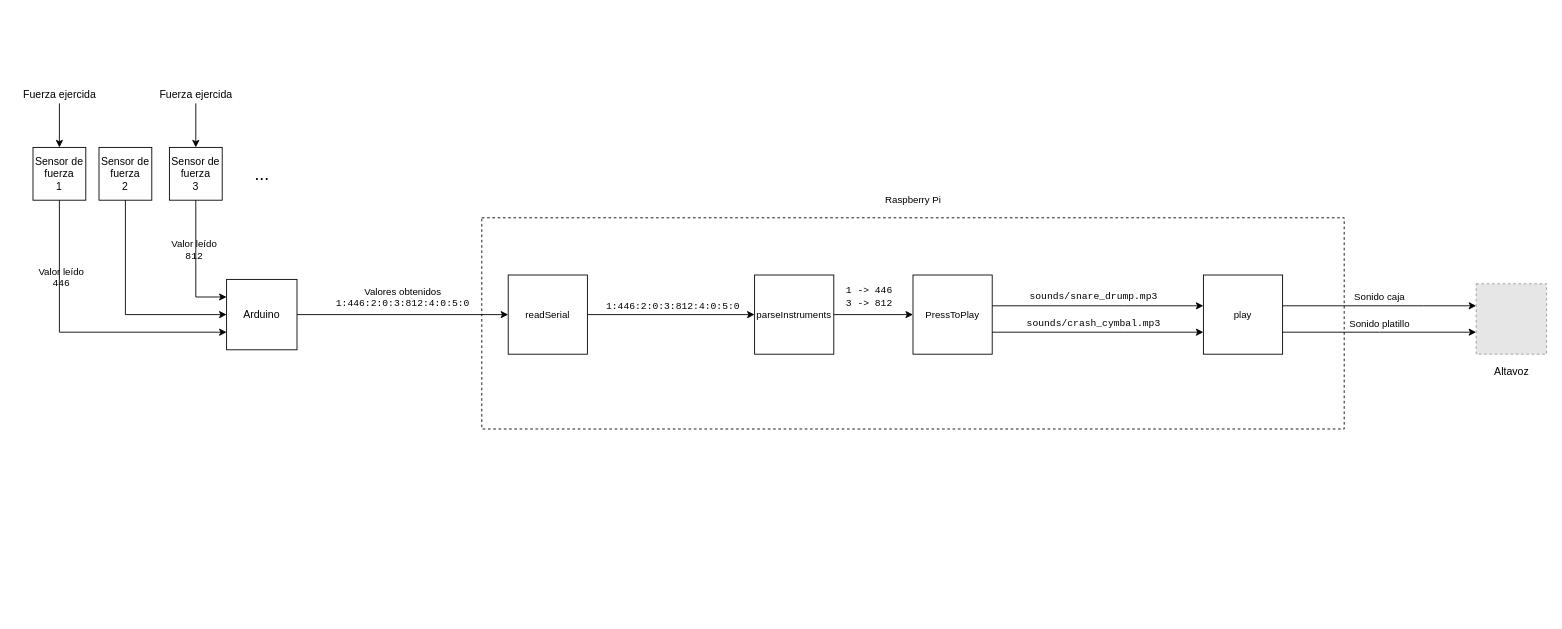
Before: diagrama_flujo.drawio in jesusjimsa/Memoria-Drum-It-Yourself-TFG, a draw.io diagram. Source tidied: cells renumbered, new cells numbered last; positions are measured from the earlier drawing's top-left corner, leaving out a move shared by most shapes. Both pictures are drawn from the tidied source at 88%, with x=0, y=0 at pixel (15, 85). Pictures stored in the file or linked from it are replaced by grey dashed boxes.
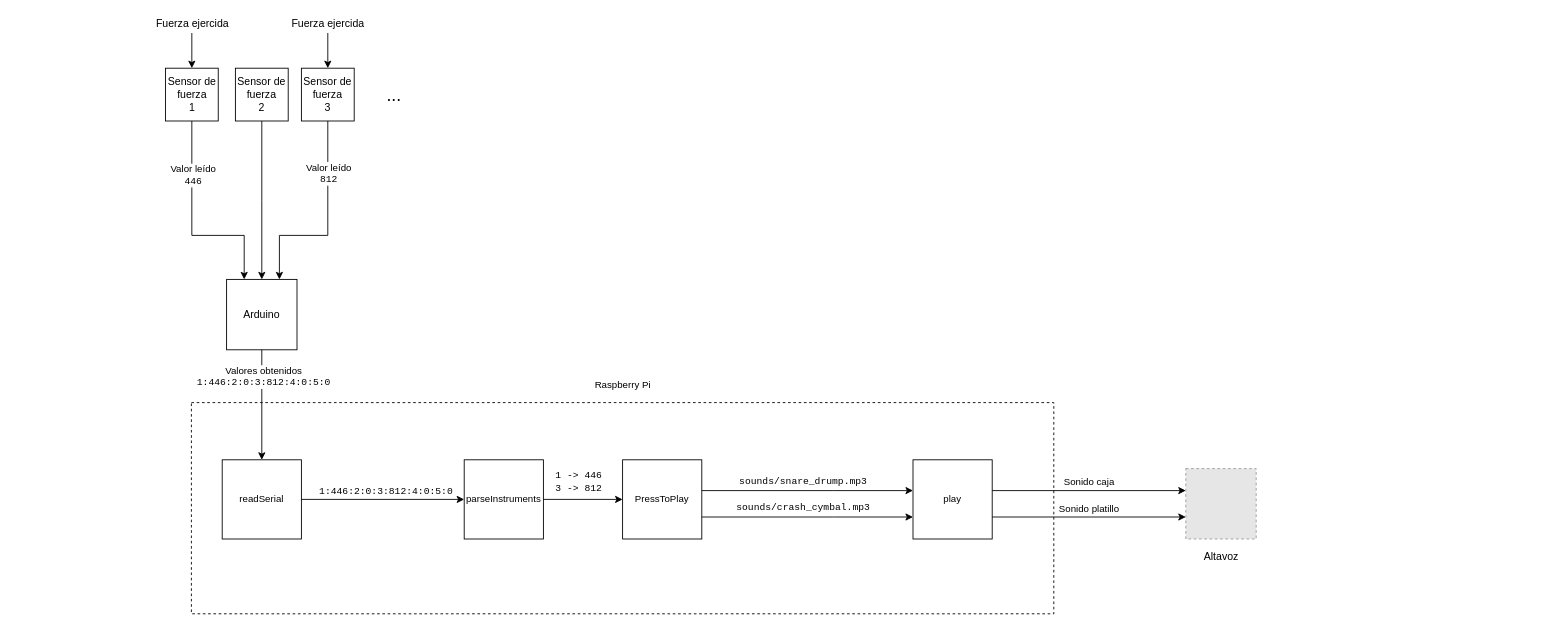
The same diagram, later.

Commit message (it also covers changes not shown here):
Hacer diagrama más legible

The change refers to these unchanged cells:
```xml
<mxCell id="7" style="edgeStyle=orthogonalEdgeStyle;rounded=0;jettySize=auto;html=1;labelBackgroundColor=none;fontColor=#000000;" parent="1" edge="1" source="9" target="26">
  <mxGeometry relative="1" as="geometry" />
</mxCell>
<mxCell id="9" value="Arduino" style="whiteSpace=wrap;html=1;fillColor=none;labelBackgroundColor=none;fontColor=#000000;" parent="1" vertex="1">
  <mxGeometry x="240" y="220" width="80" height="80" as="geometry" />
</mxCell>
```

Diff of the diagram source:
```diff
@@
     <mxCell id="2" style="edgeStyle=orthogonalEdgeStyle;rounded=0;jettySize=auto;html=1;labelBackgroundColor=none;fontColor=#000000;" parent="1" edge="1" source="4" target="9">
       <mxGeometry relative="1" as="geometry">
         <Array as="points">
-          <mxPoint x="50" y="280" />
+          <mxPoint x="200" y="170" />
+          <mxPoint x="260" y="170" />
         </Array>
       </mxGeometry>
     </mxCell>
-    <mxCell id="3" value="Valor leído&lt;br&gt;&lt;font face=&quot;Courier New&quot;&gt;446&lt;/font&gt;" style="edgeLabel;html=1;align=center;verticalAlign=middle;labelBackgroundColor=none;fontColor=#000000;" parent="2" vertex="1">
+    <mxCell id="3" value="Valor leído&lt;br&gt;&lt;font face=&quot;Courier New&quot;&gt;446&lt;/font&gt;" style="edgeLabel;html=1;align=center;verticalAlign=middle;labelBackgroundColor=#ffffff;fontColor=#000000;" parent="2" vertex="1">
       <mxGeometry x="-0.49" y="1" relative="1" as="geometry" />
     </mxCell>
     <mxCell id="4" value="Sensor de fuerza&lt;br&gt;1" style="whiteSpace=wrap;html=1;fillColor=none;labelBackgroundColor=none;fontColor=#000000;" parent="1" vertex="1">
-      <mxGeometry x="20" y="70" width="60" height="60" as="geometry" />
+      <mxGeometry x="170.5" y="-20" width="60" height="60" as="geometry" />
     </mxCell>
-    <mxCell id="5" style="endArrow=classic;html=1;labelBackgroundColor=none;fontColor=#000000;" parent="1" edge="1" source="6" target="4">
+    <mxCell id="5" style="edgeStyle=orthogonalEdgeStyle;rounded=0;jettySize=auto;html=1;" parent="1" edge="1" source="6" target="4">
       <mxGeometry relative="1" as="geometry" />
     </mxCell>
     <mxCell id="6" value="Fuerza ejercida" style="text;html=1;align=center;verticalAlign=middle;points=[];labelBackgroundColor=none;fontColor=#000000;" parent="1" vertex="1">
-      <mxGeometry width="100" height="20" as="geometry" />
+      <mxGeometry x="150.5" y="-80" width="100" height="20" as="geometry" />
     </mxCell>
@@
-    <mxCell id="8" value="Valores obtenidos&lt;br&gt;&lt;font face=&quot;Courier New&quot;&gt;1:446:2:0:3:812:4:0:5:0&lt;/font&gt;" style="edgeLabel;html=1;align=center;verticalAlign=middle;labelBackgroundColor=none;fontColor=#000000;" parent="7" vertex="1">
+    <mxCell id="8" value="Valores obtenidos&lt;br&gt;&lt;font face=&quot;Courier New&quot;&gt;1:446:2:0:3:812:4:0:5:0&lt;/font&gt;" style="edgeLabel;html=1;align=center;verticalAlign=middle;labelBackgroundColor=#ffffff;fontColor=#000000;" parent="7" vertex="1">
       <mxGeometry x="-0.01" y="1" relative="1" as="geometry">
-        <mxPoint y="-19" as="offset" />
+        <mxPoint y="-32" as="offset" />
       </mxGeometry>
     </mxCell>
@@
-    <mxCell id="10" style="edgeStyle=orthogonalEdgeStyle;rounded=0;jettySize=auto;html=1;labelBackgroundColor=none;fontColor=#000000;" parent="1" edge="1" source="11" target="9">
+    <mxCell id="10" style="edgeStyle=orthogonalEdgeStyle;rounded=0;orthogonalLoop=1;jettySize=auto;html=1;labelBackgroundColor=none;fontColor=#000000;" parent="1" edge="1">
       <mxGeometry relative="1" as="geometry">
+        <mxPoint x="280" y="40" as="sourcePoint" />
+        <mxPoint x="280" y="220" as="targetPoint" />
         <Array as="points">
-          <mxPoint x="125" y="260" />
+          <mxPoint x="280" y="130" />
+          <mxPoint x="280" y="130" />
         </Array>
       </mxGeometry>
     </mxCell>
     <mxCell id="11" value="Sensor de fuerza&lt;br&gt;2" style="whiteSpace=wrap;html=1;fillColor=none;labelBackgroundColor=none;fontColor=#000000;" parent="1" vertex="1">
-      <mxGeometry x="95" y="70" width="60" height="60" as="geometry" />
+      <mxGeometry x="250" y="-20" width="60" height="60" as="geometry" />
     </mxCell>
     <mxCell id="12" style="edgeStyle=orthogonalEdgeStyle;rounded=0;jettySize=auto;html=1;labelBackgroundColor=none;fontColor=#000000;" parent="1" edge="1" source="14" target="9">
       <mxGeometry relative="1" as="geometry">
         <Array as="points">
-          <mxPoint x="205" y="240" />
+          <mxPoint x="355" y="170" />
+          <mxPoint x="300" y="170" />
         </Array>
       </mxGeometry>
     </mxCell>
-    <mxCell id="13" value="&lt;font style=&quot;font-size: 11px&quot;&gt;Valor leído&lt;br style=&quot;font-size: 11px&quot;&gt;&lt;font face=&quot;Courier New&quot;&gt;812&lt;/font&gt;&lt;br style=&quot;font-size: 11px&quot;&gt;&lt;/font&gt;" style="edgeLabel;html=1;align=center;verticalAlign=middle;fontSize=11;labelBackgroundColor=none;fontColor=#000000;" parent="12" vertex="1">
-      <mxGeometry x="-0.23" y="-3" relative="1" as="geometry" />
+    <mxCell id="13" value="&lt;font style=&quot;font-size: 11px&quot;&gt;Valor leído&lt;br style=&quot;font-size: 11px&quot;&gt;&lt;font face=&quot;Courier New&quot;&gt;812&lt;/font&gt;&lt;br style=&quot;font-size: 11px&quot;&gt;&lt;/font&gt;" style="edgeLabel;html=1;align=center;verticalAlign=middle;fontSize=11;labelBackgroundColor=#ffffff;fontColor=#000000;" parent="12" vertex="1">
+      <mxGeometry x="-0.23" y="-3" relative="1" as="geometry">
+        <mxPoint x="3" y="-31" as="offset" />
+      </mxGeometry>
     </mxCell>
     <mxCell id="14" value="Sensor de fuerza&lt;br&gt;3" style="whiteSpace=wrap;html=1;fillColor=none;labelBackgroundColor=none;fontColor=#000000;" parent="1" vertex="1">
-      <mxGeometry x="175" y="70" width="60" height="60" as="geometry" />
+      <mxGeometry x="325" y="-20" width="60" height="60" as="geometry" />
     </mxCell>
     <mxCell id="15" value="..." style="text;html=1;align=center;verticalAlign=middle;fontSize=20;labelBackgroundColor=none;fontColor=#000000;" parent="1" vertex="1">
-      <mxGeometry x="265" y="85" width="30" height="30" as="geometry" />
+      <mxGeometry x="415" y="-5" width="30" height="30" as="geometry" />
     </mxCell>
     <mxCell id="16" value="Sonido caja" style="edgeStyle=orthogonalEdgeStyle;rounded=0;jettySize=auto;html=1;fontSize=11;labelBackgroundColor=none;fontColor=#000000;" parent="1" edge="1" source="32" target="19">
       <mxGeometry y="10" relative="1" as="geometry">
         <Array as="points">
-          <mxPoint x="1600" y="250" />
-          <mxPoint x="1600" y="250" />
+          <mxPoint x="1270" y="460" />
+          <mxPoint x="1270" y="460" />
         </Array>
       </mxGeometry>
     </mxCell>
     <mxCell id="17" style="edgeStyle=orthogonalEdgeStyle;rounded=0;jettySize=auto;html=1;fontSize=11;labelBackgroundColor=none;fontColor=#000000;" parent="1" edge="1" source="32" target="19">
       <mxGeometry relative="1" as="geometry">
         <Array as="points">
-          <mxPoint x="1550" y="280" />
-          <mxPoint x="1550" y="280" />
+          <mxPoint x="1220" y="490" />
+          <mxPoint x="1220" y="490" />
         </Array>
       </mxGeometry>
     </mxCell>
@@
     <mxCell id="19" value="&lt;font style=&quot;font-size: 12px&quot;&gt;Altavoz&lt;/font&gt;" style="fillColor=#E6E6E6;strokeColor=#999999;dashed=1;html=1;verticalAlign=top;verticalLabelPosition=bottom;labelBackgroundColor=none;fontSize=19;fontColor=#000000;" parent="1" vertex="1">
-      <mxGeometry x="1660" y="225" width="80" height="80" as="geometry" />
+      <mxGeometry x="1330" y="435" width="80" height="80" as="geometry" />
     </mxCell>
-    <mxCell id="20" style="endArrow=classic;html=1;labelBackgroundColor=none;fontColor=#000000;" parent="1" edge="1" source="21" target="14">
+    <mxCell id="20" style="edgeStyle=orthogonalEdgeStyle;rounded=0;jettySize=auto;html=1;" parent="1" edge="1" source="21" target="14">
       <mxGeometry relative="1" as="geometry" />
     </mxCell>
     <mxCell id="21" value="Fuerza ejercida" style="text;html=1;align=center;verticalAlign=middle;points=[];labelBackgroundColor=none;fontColor=#000000;" parent="1" vertex="1">
-      <mxGeometry x="155" width="100" height="20" as="geometry" />
+      <mxGeometry x="305" y="-80" width="100" height="20" as="geometry" />
     </mxCell>
     <mxCell id="22" style="rounded=0;whiteSpace=wrap;html=1;fillColor=none;fontSize=11;dashed=1;labelBackgroundColor=none;fontColor=#000000;" parent="1" vertex="1">
-      <mxGeometry x="530" y="150" width="980" height="240" as="geometry" />
+      <mxGeometry x="200" y="360" width="980" height="240" as="geometry" />
     </mxCell>
     <mxCell id="23" value="Raspberry Pi" style="text;html=1;align=center;verticalAlign=middle;fontSize=11;labelBackgroundColor=none;fontColor=#000000;" parent="1" vertex="1">
-      <mxGeometry x="980" y="120" width="80" height="20" as="geometry" />
+      <mxGeometry x="650" y="330" width="80" height="20" as="geometry" />
     </mxCell>
@@
     <mxCell id="26" value="readSerial" style="whiteSpace=wrap;html=1;fillColor=none;fontSize=11;labelBackgroundColor=none;fontColor=#000000;" parent="1" vertex="1">
-      <mxGeometry x="560" y="215" width="90" height="90" as="geometry" />
+      <mxGeometry x="235" y="425" width="90" height="90" as="geometry" />
     </mxCell>
@@
     <mxCell id="28" value="parseInstruments" style="whiteSpace=wrap;html=1;fillColor=none;fontSize=11;labelBackgroundColor=none;fontColor=#000000;" parent="1" vertex="1">
-      <mxGeometry x="840" y="215" width="90" height="90" as="geometry" />
+      <mxGeometry x="510" y="425" width="90" height="90" as="geometry" />
     </mxCell>
     <mxCell id="29" value="&lt;font face=&quot;Courier New&quot;&gt;sounds/snare_drump.mp3&lt;/font&gt;" style="edgeStyle=orthogonalEdgeStyle;rounded=0;jettySize=auto;html=1;fontSize=11;labelBackgroundColor=none;fontColor=#000000;" parent="1" edge="1" source="31" target="32">
       <mxGeometry x="-0.04" y="10" relative="1" as="geometry">
         <Array as="points">
-          <mxPoint x="1260" y="250" />
-          <mxPoint x="1260" y="250" />
+          <mxPoint x="930" y="460" />
+          <mxPoint x="930" y="460" />
         </Array>
       </mxGeometry>
     </mxCell>
     <mxCell id="30" value="&lt;font face=&quot;Courier New&quot;&gt;sounds/crash_cymbal.mp3&lt;/font&gt;" style="edgeStyle=orthogonalEdgeStyle;rounded=0;jettySize=auto;html=1;fontSize=11;labelBackgroundColor=none;fontColor=#000000;" parent="1" edge="1" source="31" target="32">
       <mxGeometry x="-0.04" y="10" relative="1" as="geometry">
         <Array as="points">
-          <mxPoint x="1260" y="280" />
-          <mxPoint x="1260" y="280" />
+          <mxPoint x="930" y="490" />
+          <mxPoint x="930" y="490" />
         </Array>
       </mxGeometry>
     </mxCell>
     <mxCell id="31" value="PressToPlay" style="whiteSpace=wrap;html=1;fillColor=none;fontSize=11;labelBackgroundColor=none;fontColor=#000000;" parent="1" vertex="1">
-      <mxGeometry x="1020" y="215" width="90" height="90" as="geometry" />
+      <mxGeometry x="690" y="425" width="90" height="90" as="geometry" />
     </mxCell>
     <mxCell id="32" value="play" style="whiteSpace=wrap;html=1;fillColor=none;fontSize=11;labelBackgroundColor=none;fontColor=#000000;" parent="1" vertex="1">
-      <mxGeometry x="1350" y="215" width="90" height="90" as="geometry" />
+      <mxGeometry x="1020" y="425" width="90" height="90" as="geometry" />
     </mxCell>
```
